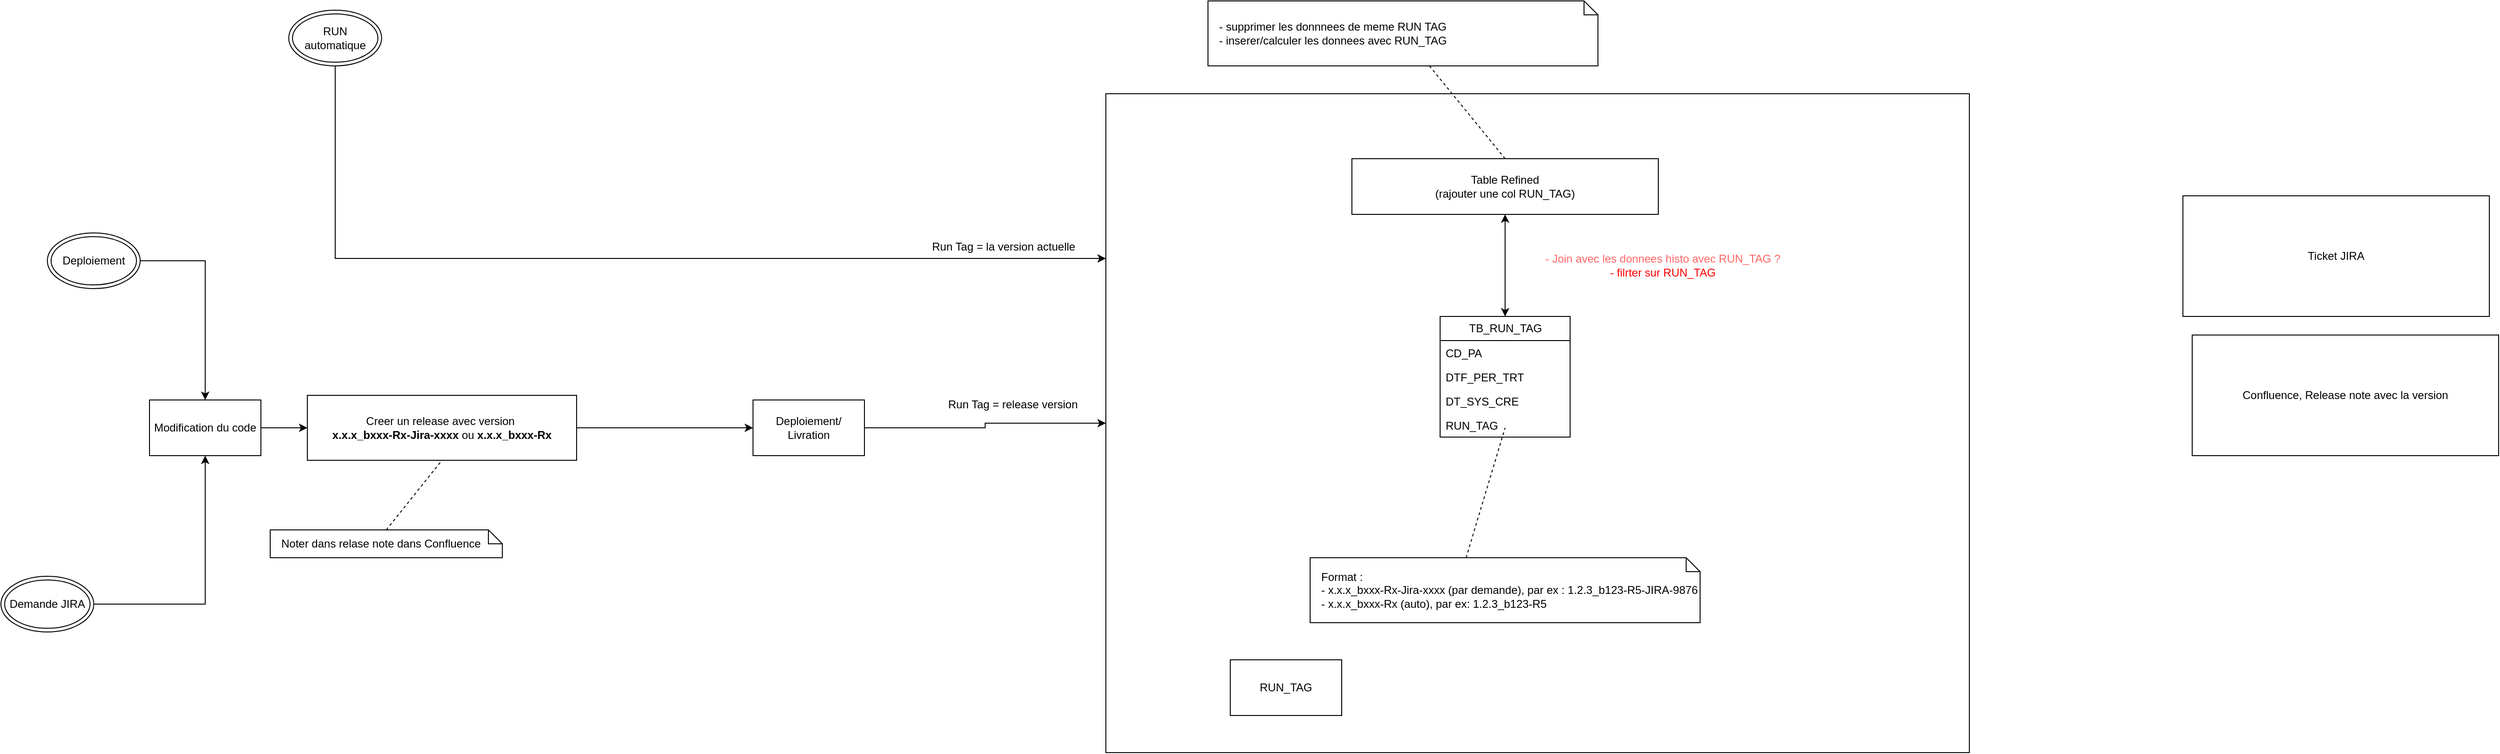
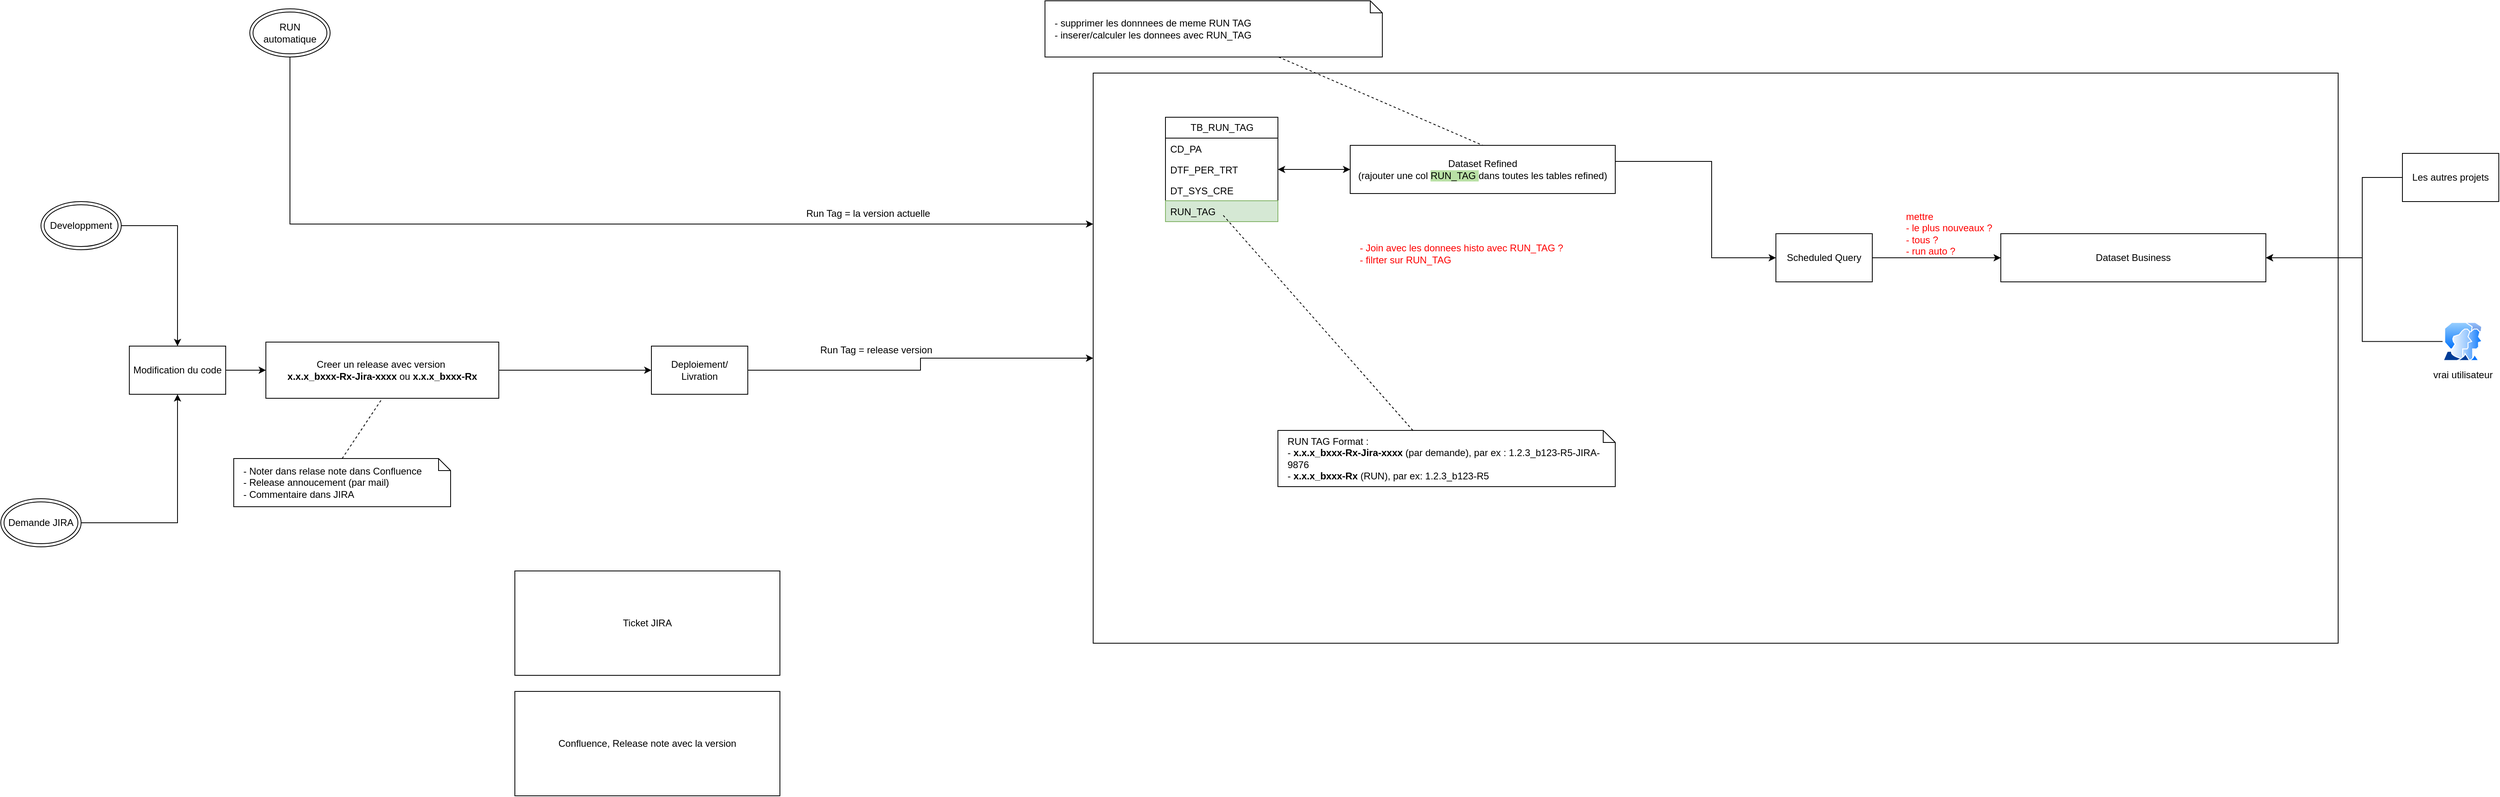
<mxfile host="app.diagrams.net">
  <diagram name="Page-1" id="bEAYSmEDHXBXhFzCy1HB">
    <mxGraphModel dx="3700" dy="1106" grid="1" gridSize="10" guides="1" tooltips="1" connect="1" arrows="1" fold="1" page="1" pageScale="1" pageWidth="827" pageHeight="1169" math="0" shadow="0">
      <root>
        <mxCell id="0" />
        <mxCell id="1" parent="0" />
        <mxCell id="QUzsFoNl6aFI_2ed8XXq-13" parent="1" style="rounded=0;whiteSpace=wrap;html=1;" value="" vertex="1">
-           <mxGeometry height="710" width="930" x="280" y="150" as="geometry" />
+           <mxGeometry height="710" width="1550" x="450" y="140" as="geometry" />
        </mxCell>
        <mxCell id="QUzsFoNl6aFI_2ed8XXq-1" parent="1" style="swimlane;fontStyle=0;childLayout=stackLayout;horizontal=1;startSize=26;fillColor=none;horizontalStack=0;resizeParent=1;resizeParentMax=0;resizeLast=0;collapsible=1;marginBottom=0;html=1;" value="TB_RUN_TAG" vertex="1">
-           <mxGeometry height="130" width="140" x="640" y="390" as="geometry" />
+           <mxGeometry height="130" width="140" x="540" y="195" as="geometry" />
        </mxCell>
        <mxCell id="QUzsFoNl6aFI_2ed8XXq-2" parent="QUzsFoNl6aFI_2ed8XXq-1" style="text;strokeColor=none;fillColor=none;align=left;verticalAlign=top;spacingLeft=4;spacingRight=4;overflow=hidden;rotatable=0;points=[[0,0.5],[1,0.5]];portConstraint=eastwest;whiteSpace=wrap;html=1;" value="CD_PA" vertex="1">
          <mxGeometry height="26" width="140" y="26" as="geometry" />
        </mxCell>
        <mxCell id="QUzsFoNl6aFI_2ed8XXq-3" parent="QUzsFoNl6aFI_2ed8XXq-1" style="text;strokeColor=none;fillColor=none;align=left;verticalAlign=top;spacingLeft=4;spacingRight=4;overflow=hidden;rotatable=0;points=[[0,0.5],[1,0.5]];portConstraint=eastwest;whiteSpace=wrap;html=1;" value="DTF_PER_TRT" vertex="1">
          <mxGeometry height="26" width="140" y="52" as="geometry" />
        </mxCell>
        <mxCell id="QUzsFoNl6aFI_2ed8XXq-4" parent="QUzsFoNl6aFI_2ed8XXq-1" style="text;strokeColor=none;fillColor=none;align=left;verticalAlign=top;spacingLeft=4;spacingRight=4;overflow=hidden;rotatable=0;points=[[0,0.5],[1,0.5]];portConstraint=eastwest;whiteSpace=wrap;html=1;" value="DT_SYS_CRE" vertex="1">
          <mxGeometry height="26" width="140" y="78" as="geometry" />
        </mxCell>
-         <mxCell id="QUzsFoNl6aFI_2ed8XXq-5" parent="QUzsFoNl6aFI_2ed8XXq-1" style="text;strokeColor=none;fillColor=none;align=left;verticalAlign=top;spacingLeft=4;spacingRight=4;overflow=hidden;rotatable=0;points=[[0,0.5],[1,0.5]];portConstraint=eastwest;whiteSpace=wrap;html=1;" value="RUN_TAG" vertex="1">
+         <mxCell id="QUzsFoNl6aFI_2ed8XXq-5" parent="QUzsFoNl6aFI_2ed8XXq-1" style="text;strokeColor=#82b366;fillColor=#d5e8d4;align=left;verticalAlign=top;spacingLeft=4;spacingRight=4;overflow=hidden;rotatable=0;points=[[0,0.5],[1,0.5]];portConstraint=eastwest;whiteSpace=wrap;html=1;" value="RUN_TAG" vertex="1">
          <mxGeometry height="26" width="140" y="104" as="geometry" />
        </mxCell>
-         <mxCell id="QUzsFoNl6aFI_2ed8XXq-6" parent="1" style="rounded=0;whiteSpace=wrap;html=1;" value="RUN_TAG" vertex="1">
-           <mxGeometry height="60" width="120" x="414" y="760" as="geometry" />
-         </mxCell>
-         <mxCell id="QUzsFoNl6aFI_2ed8XXq-7" parent="1" style="shape=note;size=15;align=left;spacingLeft=10;html=1;whiteSpace=wrap;" value="Format :&amp;nbsp;&lt;div&gt;- x.x.x_bxxx-Rx-Jira-xxxx (par demande), par ex : 1.2.3_b123-R5-JIRA-9876&lt;/div&gt;&lt;div&gt;- x.x.x_bxxx-Rx (auto), par ex: 1.2.3_b123-R5&lt;/div&gt;" vertex="1">
-           <mxGeometry height="70" width="420" x="500" y="650" as="geometry" />
+         <mxCell id="QUzsFoNl6aFI_2ed8XXq-7" parent="1" style="shape=note;size=15;align=left;spacingLeft=10;html=1;whiteSpace=wrap;" value="RUN TAG Format :&amp;nbsp;&lt;div&gt;- &lt;b&gt;x.x.x_bxxx-Rx-Jira-xxxx&lt;/b&gt; (par demande), par ex : 1.2.3_b123-R5-JIRA-9876&lt;/div&gt;&lt;div&gt;-&lt;b&gt; x.x.x_bxxx-Rx&lt;/b&gt; (RUN), par ex: 1.2.3_b123-R5&lt;/div&gt;" vertex="1">
+           <mxGeometry height="70" width="420" x="680" y="585" as="geometry" />
        </mxCell>
        <mxCell id="QUzsFoNl6aFI_2ed8XXq-8" edge="1" parent="1" source="QUzsFoNl6aFI_2ed8XXq-7" style="edgeStyle=none;endArrow=none;exitX=0.4;exitY=0;dashed=1;html=1;rounded=0;entryX=0.5;entryY=0.615;entryDx=0;entryDy=0;entryPerimeter=0;" target="QUzsFoNl6aFI_2ed8XXq-5" value="">
          <mxGeometry relative="1" x="1" as="geometry">
            <mxPoint x="590" y="660" as="targetPoint" />
          </mxGeometry>
        </mxCell>
        <mxCell id="QUzsFoNl6aFI_2ed8XXq-10" parent="1" style="rounded=0;whiteSpace=wrap;html=1;" value="Confluence, Release note avec la v&lt;span style=&quot;background-color: transparent; color: light-dark(rgb(0, 0, 0), rgb(255, 255, 255));&quot;&gt;ersion&lt;/span&gt;" vertex="1">
-           <mxGeometry height="130" width="330" x="1450" y="410" as="geometry" />
+           <mxGeometry height="130" width="330" x="-270" y="910" as="geometry" />
        </mxCell>
        <mxCell id="QUzsFoNl6aFI_2ed8XXq-11" parent="1" style="rounded=0;whiteSpace=wrap;html=1;" value="Ticket JIRA" vertex="1">
-           <mxGeometry height="130" width="330" x="1440" y="260" as="geometry" />
+           <mxGeometry height="130" width="330" x="-270" y="760" as="geometry" />
        </mxCell>
-         <mxCell id="QUzsFoNl6aFI_2ed8XXq-42" edge="1" parent="1" source="QUzsFoNl6aFI_2ed8XXq-12" style="edgeStyle=orthogonalEdgeStyle;rounded=0;orthogonalLoop=1;jettySize=auto;html=1;entryX=0.5;entryY=0;entryDx=0;entryDy=0;startArrow=classic;startFill=1;" target="QUzsFoNl6aFI_2ed8XXq-1">
+         <mxCell id="QUzsFoNl6aFI_2ed8XXq-42" edge="1" parent="1" source="QUzsFoNl6aFI_2ed8XXq-12" style="edgeStyle=orthogonalEdgeStyle;rounded=0;orthogonalLoop=1;jettySize=auto;html=1;entryX=1;entryY=0.5;entryDx=0;entryDy=0;startArrow=classic;startFill=1;" target="QUzsFoNl6aFI_2ed8XXq-3">
          <mxGeometry relative="1" as="geometry" />
        </mxCell>
-         <mxCell id="QUzsFoNl6aFI_2ed8XXq-12" parent="1" style="rounded=0;whiteSpace=wrap;html=1;" value="Table Refined&lt;div&gt;(rajouter une col RUN_TAG)&lt;/div&gt;" vertex="1">
-           <mxGeometry height="60" width="330" x="545" y="220" as="geometry" />
+         <mxCell id="QUzsFoNl6aFI_2ed8XXq-50" edge="1" parent="1" source="QUzsFoNl6aFI_2ed8XXq-12" style="edgeStyle=orthogonalEdgeStyle;rounded=0;orthogonalLoop=1;jettySize=auto;html=1;entryX=0;entryY=0.5;entryDx=0;entryDy=0;" target="QUzsFoNl6aFI_2ed8XXq-46">
+           <mxGeometry relative="1" as="geometry">
+             <Array as="points">
+               <mxPoint x="1220" y="250" />
+               <mxPoint x="1220" y="370" />
+             </Array>
+           </mxGeometry>
+         </mxCell>
+         <mxCell id="QUzsFoNl6aFI_2ed8XXq-12" parent="1" style="rounded=0;whiteSpace=wrap;html=1;" value="Dataset Refined&lt;div&gt;(rajouter une col &lt;span style=&quot;background-color: rgb(185, 224, 165);&quot;&gt;RUN_TAG &lt;/span&gt;dans toutes les tables refined)&lt;/div&gt;" vertex="1">
+           <mxGeometry height="60" width="330" x="770" y="230" as="geometry" />
        </mxCell>
        <mxCell id="QUzsFoNl6aFI_2ed8XXq-27" edge="1" parent="1" source="QUzsFoNl6aFI_2ed8XXq-33" style="edgeStyle=orthogonalEdgeStyle;rounded=0;orthogonalLoop=1;jettySize=auto;html=1;entryX=0.5;entryY=0;entryDx=0;entryDy=0;" target="QUzsFoNl6aFI_2ed8XXq-23">
          <mxGeometry relative="1" as="geometry">
            <mxPoint x="-760" y="325" as="sourcePoint" />
          </mxGeometry>
        </mxCell>
        <mxCell id="QUzsFoNl6aFI_2ed8XXq-29" edge="1" parent="1" source="QUzsFoNl6aFI_2ed8XXq-34" style="edgeStyle=orthogonalEdgeStyle;rounded=0;orthogonalLoop=1;jettySize=auto;html=1;entryX=0.5;entryY=1;entryDx=0;entryDy=0;" target="QUzsFoNl6aFI_2ed8XXq-23">
          <mxGeometry relative="1" as="geometry">
            <mxPoint x="-820" y="785" as="sourcePoint" />
          </mxGeometry>
        </mxCell>
        <mxCell id="QUzsFoNl6aFI_2ed8XXq-19" parent="1" style="text;html=1;whiteSpace=wrap;strokeColor=none;fillColor=none;align=center;verticalAlign=middle;rounded=0;" value="Run Tag = la version actuelle" vertex="1">
          <mxGeometry height="30" width="200" x="70" y="300" as="geometry" />
        </mxCell>
        <mxCell id="QUzsFoNl6aFI_2ed8XXq-28" edge="1" parent="1" source="QUzsFoNl6aFI_2ed8XXq-23" style="edgeStyle=orthogonalEdgeStyle;rounded=0;orthogonalLoop=1;jettySize=auto;html=1;" target="QUzsFoNl6aFI_2ed8XXq-25">
          <mxGeometry relative="1" as="geometry" />
        </mxCell>
        <mxCell id="QUzsFoNl6aFI_2ed8XXq-23" parent="1" style="rounded=0;whiteSpace=wrap;html=1;" value="Modification du code" vertex="1">
          <mxGeometry height="60" width="120" x="-750" y="480" as="geometry" />
        </mxCell>
        <mxCell id="QUzsFoNl6aFI_2ed8XXq-31" edge="1" parent="1" source="QUzsFoNl6aFI_2ed8XXq-24" style="edgeStyle=orthogonalEdgeStyle;rounded=0;orthogonalLoop=1;jettySize=auto;html=1;" target="QUzsFoNl6aFI_2ed8XXq-13">
          <mxGeometry relative="1" as="geometry" />
        </mxCell>
        <mxCell id="QUzsFoNl6aFI_2ed8XXq-24" parent="1" style="rounded=0;whiteSpace=wrap;html=1;" value="Deploiement/ Livration" vertex="1">
          <mxGeometry height="60" width="120" x="-100" y="480" as="geometry" />
        </mxCell>
        <mxCell id="QUzsFoNl6aFI_2ed8XXq-30" edge="1" parent="1" source="QUzsFoNl6aFI_2ed8XXq-25" style="edgeStyle=orthogonalEdgeStyle;rounded=0;orthogonalLoop=1;jettySize=auto;html=1;entryX=0;entryY=0.5;entryDx=0;entryDy=0;" target="QUzsFoNl6aFI_2ed8XXq-24">
          <mxGeometry relative="1" as="geometry" />
        </mxCell>
        <mxCell id="QUzsFoNl6aFI_2ed8XXq-25" parent="1" style="rounded=0;whiteSpace=wrap;html=1;" value="Creer un release avec version&amp;nbsp;&lt;div&gt;&lt;span style=&quot;text-align: left;&quot;&gt;&lt;b&gt;x.x.x_bxxx-Rx-Jira-xxxx&lt;/b&gt; ou&amp;nbsp;&lt;/span&gt;&lt;span style=&quot;text-align: left;&quot;&gt;&lt;b&gt;x.x.x_bxxx-Rx&lt;/b&gt;&lt;/span&gt;&lt;/div&gt;" vertex="1">
          <mxGeometry height="70" width="290" x="-580" y="475" as="geometry" />
        </mxCell>
-         <mxCell id="QUzsFoNl6aFI_2ed8XXq-33" parent="1" style="ellipse;shape=doubleEllipse;whiteSpace=wrap;html=1;" value="Deploiement" vertex="1">
+         <mxCell id="QUzsFoNl6aFI_2ed8XXq-33" parent="1" style="ellipse;shape=doubleEllipse;whiteSpace=wrap;html=1;" value="Developpment" vertex="1">
          <mxGeometry height="60" width="100" x="-860" y="300" as="geometry" />
        </mxCell>
        <mxCell id="QUzsFoNl6aFI_2ed8XXq-34" parent="1" style="ellipse;shape=doubleEllipse;whiteSpace=wrap;html=1;" value="Demande JIRA" vertex="1">
          <mxGeometry height="60" width="100" x="-910" y="670" as="geometry" />
        </mxCell>
-         <mxCell id="QUzsFoNl6aFI_2ed8XXq-36" edge="1" parent="1" source="QUzsFoNl6aFI_2ed8XXq-35" style="edgeStyle=orthogonalEdgeStyle;rounded=0;orthogonalLoop=1;jettySize=auto;html=1;entryX=0;entryY=0.25;entryDx=0;entryDy=0;" target="QUzsFoNl6aFI_2ed8XXq-13">
+         <mxCell id="QUzsFoNl6aFI_2ed8XXq-36" edge="1" parent="1" source="QUzsFoNl6aFI_2ed8XXq-35" style="edgeStyle=orthogonalEdgeStyle;rounded=0;orthogonalLoop=1;jettySize=auto;html=1;" target="QUzsFoNl6aFI_2ed8XXq-13">
          <mxGeometry relative="1" as="geometry">
            <Array as="points">
              <mxPoint x="-550" y="328" />
            </Array>
          </mxGeometry>
        </mxCell>
        <mxCell id="QUzsFoNl6aFI_2ed8XXq-35" parent="1" style="ellipse;shape=doubleEllipse;whiteSpace=wrap;html=1;" value="RUN automatique" vertex="1">
          <mxGeometry height="60" width="100" x="-600" y="60" as="geometry" />
        </mxCell>
        <mxCell id="QUzsFoNl6aFI_2ed8XXq-37" parent="1" style="text;html=1;whiteSpace=wrap;strokeColor=none;fillColor=none;align=center;verticalAlign=middle;rounded=0;" value="Run Tag = release version" vertex="1">
          <mxGeometry height="30" width="200" x="80" y="470" as="geometry" />
        </mxCell>
-         <mxCell id="QUzsFoNl6aFI_2ed8XXq-38" parent="1" style="shape=note;size=15;align=left;spacingLeft=10;html=1;whiteSpace=wrap;" value="Noter dans relase note dans Confluence" vertex="1">
-           <mxGeometry height="30" width="250" x="-620" y="620" as="geometry" />
+         <mxCell id="QUzsFoNl6aFI_2ed8XXq-38" parent="1" style="shape=note;size=15;align=left;spacingLeft=10;html=1;whiteSpace=wrap;" value="- Noter dans relase note dans Confluence&lt;div&gt;- Release annoucement (par mail)&lt;/div&gt;&lt;div&gt;- Commentaire dans JIRA&lt;/div&gt;" vertex="1">
+           <mxGeometry height="60" width="270" x="-620" y="620" as="geometry" />
        </mxCell>
        <mxCell id="QUzsFoNl6aFI_2ed8XXq-39" edge="1" parent="1" source="QUzsFoNl6aFI_2ed8XXq-38" style="edgeStyle=none;endArrow=none;exitX=0.5;exitY=0;dashed=1;html=1;rounded=0;entryX=0.5;entryY=1;entryDx=0;entryDy=0;exitDx=0;exitDy=0;exitPerimeter=0;" target="QUzsFoNl6aFI_2ed8XXq-25" value="">
          <mxGeometry relative="1" x="1" as="geometry">
            <mxPoint x="710" y="660" as="sourcePoint" />
            <mxPoint x="762" y="510" as="targetPoint" />
          </mxGeometry>
        </mxCell>
        <mxCell id="QUzsFoNl6aFI_2ed8XXq-40" parent="1" style="shape=note;size=15;align=left;spacingLeft=10;html=1;whiteSpace=wrap;" value="- supprimer les donnnees de meme RUN TAG&lt;div&gt;- inserer/calculer les donnees avec RUN_TAG&lt;/div&gt;" vertex="1">
          <mxGeometry height="70" width="420" x="390" y="50" as="geometry" />
        </mxCell>
        <mxCell id="QUzsFoNl6aFI_2ed8XXq-41" edge="1" parent="1" source="QUzsFoNl6aFI_2ed8XXq-40" style="edgeStyle=none;endArrow=none;dashed=1;html=1;rounded=0;entryX=0.5;entryY=0;entryDx=0;entryDy=0;" target="QUzsFoNl6aFI_2ed8XXq-12" value="">
          <mxGeometry relative="1" x="1" as="geometry">
            <mxPoint x="720" y="650" as="sourcePoint" />
            <mxPoint x="772" y="500" as="targetPoint" />
          </mxGeometry>
        </mxCell>
-         <mxCell id="QUzsFoNl6aFI_2ed8XXq-43" parent="1" style="text;html=1;whiteSpace=wrap;strokeColor=none;fillColor=none;align=center;verticalAlign=middle;rounded=0;" value="&lt;font style=&quot;color: rgb(255, 102, 102);&quot;&gt;- Join avec les donnees histo avec RUN_TAG ?&lt;/font&gt;&lt;div&gt;&lt;font style=&quot;color: rgb(255, 0, 0);&quot;&gt;- filrter sur RUN_TAG&lt;/font&gt;&lt;/div&gt;" vertex="1">
-           <mxGeometry height="30" width="320" x="720" y="320" as="geometry" />
+         <mxCell id="QUzsFoNl6aFI_2ed8XXq-43" parent="1" style="text;html=1;whiteSpace=wrap;strokeColor=none;fillColor=none;align=left;verticalAlign=middle;rounded=0;" value="&lt;font style=&quot;color: rgb(255, 0, 0);&quot;&gt;- Join avec les donnees histo avec RUN_TAG ?&lt;/font&gt;&lt;div&gt;&lt;font style=&quot;color: rgb(255, 0, 0);&quot;&gt;- filrter sur RUN_TAG&lt;/font&gt;&lt;/div&gt;" vertex="1">
+           <mxGeometry height="30" width="320" x="780" y="350" as="geometry" />
+         </mxCell>
+         <mxCell id="QUzsFoNl6aFI_2ed8XXq-45" parent="1" style="rounded=0;whiteSpace=wrap;html=1;" value="Dataset Business" vertex="1">
+           <mxGeometry height="60" width="330" x="1580" y="340" as="geometry" />
+         </mxCell>
+         <mxCell id="QUzsFoNl6aFI_2ed8XXq-48" edge="1" parent="1" source="QUzsFoNl6aFI_2ed8XXq-46" style="edgeStyle=orthogonalEdgeStyle;rounded=0;orthogonalLoop=1;jettySize=auto;html=1;" target="QUzsFoNl6aFI_2ed8XXq-45">
+           <mxGeometry relative="1" as="geometry" />
+         </mxCell>
+         <mxCell id="QUzsFoNl6aFI_2ed8XXq-46" parent="1" style="rounded=0;whiteSpace=wrap;html=1;" value="Scheduled Query" vertex="1">
+           <mxGeometry height="60" width="120" x="1300" y="340" as="geometry" />
+         </mxCell>
+         <mxCell id="QUzsFoNl6aFI_2ed8XXq-51" parent="1" style="text;html=1;whiteSpace=wrap;strokeColor=none;fillColor=none;align=left;verticalAlign=middle;rounded=0;fontColor=#FF0000;" value="mettre&amp;nbsp;&lt;div&gt;- le plus nouveaux ?&lt;/div&gt;&lt;div&gt;- tous ?&lt;/div&gt;&lt;div&gt;- run auto ?&lt;/div&gt;" vertex="1">
+           <mxGeometry height="30" width="370" x="1460" y="325" as="geometry" />
+         </mxCell>
+         <mxCell id="QUzsFoNl6aFI_2ed8XXq-59" edge="1" parent="1" source="QUzsFoNl6aFI_2ed8XXq-52" style="edgeStyle=orthogonalEdgeStyle;rounded=0;orthogonalLoop=1;jettySize=auto;html=1;entryX=1;entryY=0.5;entryDx=0;entryDy=0;" target="QUzsFoNl6aFI_2ed8XXq-45">
+           <mxGeometry relative="1" as="geometry">
+             <Array as="points">
+               <mxPoint x="2030" y="270" />
+               <mxPoint x="2030" y="370" />
+             </Array>
+           </mxGeometry>
+         </mxCell>
+         <mxCell id="QUzsFoNl6aFI_2ed8XXq-52" parent="1" style="rounded=0;whiteSpace=wrap;html=1;" value="Les autres projets" vertex="1">
+           <mxGeometry height="60" width="120" x="2080" y="240" as="geometry" />
+         </mxCell>
+         <mxCell id="QUzsFoNl6aFI_2ed8XXq-58" edge="1" parent="1" source="QUzsFoNl6aFI_2ed8XXq-57" style="edgeStyle=orthogonalEdgeStyle;rounded=0;orthogonalLoop=1;jettySize=auto;html=1;entryX=1;entryY=0.5;entryDx=0;entryDy=0;" target="QUzsFoNl6aFI_2ed8XXq-45">
+           <mxGeometry relative="1" as="geometry">
+             <Array as="points">
+               <mxPoint x="2030" y="474" />
+               <mxPoint x="2030" y="370" />
+             </Array>
+           </mxGeometry>
+         </mxCell>
+         <mxCell id="QUzsFoNl6aFI_2ed8XXq-57" parent="1" style="image;aspect=fixed;perimeter=ellipsePerimeter;html=1;align=center;shadow=0;dashed=0;spacingTop=3;image=img/lib/active_directory/user_accounts.svg;" value="vrai utilisateur" vertex="1">
+           <mxGeometry height="48.5" width="50" x="2130" y="450" as="geometry" />
        </mxCell>
      </root>
    </mxGraphModel>
  </diagram>
</mxfile>
